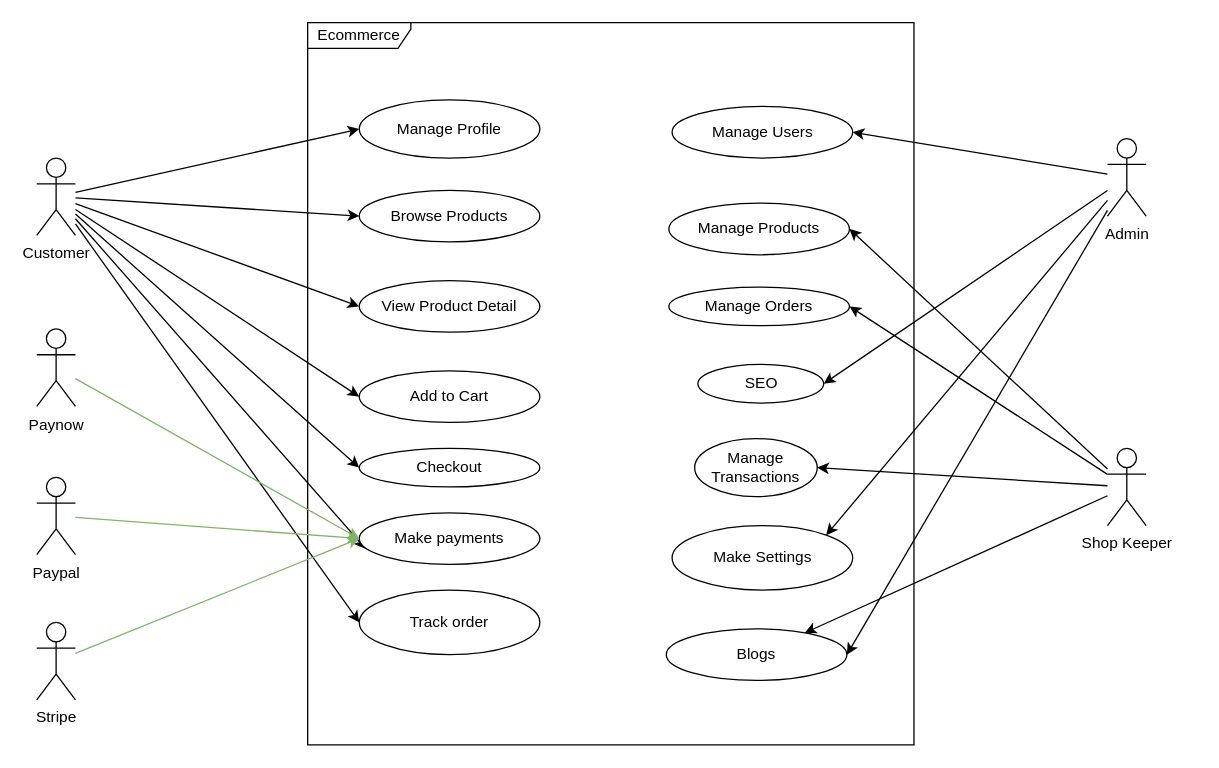
The draw.io diagram designs/ecommerce.drawio in JS-Hub-ZW/E-Commerce-ZW, before the edit. Source tidied: cells renumbered, new cells numbered last; positions are measured from the earlier drawing's top-left corner, leaving out a move shared by most shapes. Both pictures are drawn from the tidied source at 129%, with x=0, y=0 at pixel (36, 22).
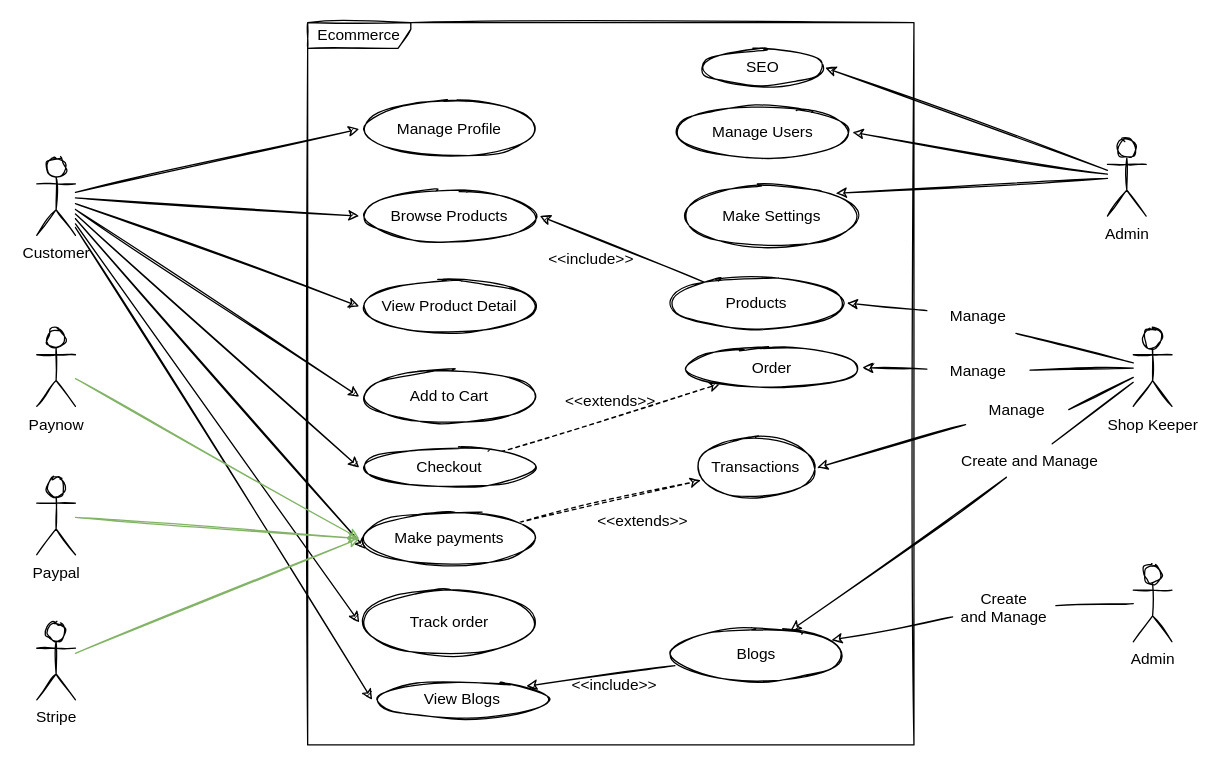
The same diagram, later.

Commit message:
Added more use relationships

Diff of the diagram source:
```diff
@@
-    <mxCell id="2" value="Ecommerce" style="shape=umlFrame;whiteSpace=wrap;html=1;width=80;height=20;" parent="1" vertex="1">
+    <mxCell id="2" value="Ecommerce" style="shape=umlFrame;whiteSpace=wrap;html=1;width=80;height=20;sketch=1;" parent="1" vertex="1">
       <mxGeometry x="210" width="470" height="560" as="geometry" />
     </mxCell>
-    <mxCell id="3" style="edgeStyle=none;rounded=0;jettySize=auto;html=1;entryX=0;entryY=0.5;entryDx=0;entryDy=0;" parent="1" edge="1" source="10" target="34">
+    <mxCell id="3" style="edgeStyle=none;rounded=0;jettySize=auto;html=1;entryX=0;entryY=0.5;entryDx=0;entryDy=0;sketch=1;" parent="1" edge="1" source="10" target="34">
       <mxGeometry relative="1" as="geometry" />
     </mxCell>
-    <mxCell id="4" style="edgeStyle=none;rounded=0;jettySize=auto;html=1;entryX=0.036;entryY=0.7;entryDx=0;entryDy=0;entryPerimeter=0;" parent="1" edge="1" source="10" target="20">
+    <mxCell id="4" style="edgeStyle=none;rounded=0;jettySize=auto;html=1;entryX=0.036;entryY=0.7;entryDx=0;entryDy=0;entryPerimeter=0;sketch=1;" parent="1" edge="1" source="10" target="20">
       <mxGeometry relative="1" as="geometry" />
     </mxCell>
-    <mxCell id="5" style="edgeStyle=none;rounded=0;jettySize=auto;html=1;entryX=0;entryY=0.5;entryDx=0;entryDy=0;" parent="1" edge="1" source="10" target="19">
+    <mxCell id="5" style="edgeStyle=none;rounded=0;jettySize=auto;html=1;entryX=0;entryY=0.5;entryDx=0;entryDy=0;sketch=1;" parent="1" edge="1" source="10" target="19">
       <mxGeometry relative="1" as="geometry" />
     </mxCell>
-    <mxCell id="6" style="edgeStyle=none;rounded=0;jettySize=auto;html=1;entryX=0;entryY=0.5;entryDx=0;entryDy=0;" parent="1" edge="1" source="10" target="18">
+    <mxCell id="6" style="edgeStyle=none;rounded=0;jettySize=auto;html=1;entryX=0;entryY=0.5;entryDx=0;entryDy=0;sketch=1;" parent="1" edge="1" source="10" target="18">
       <mxGeometry relative="1" as="geometry" />
     </mxCell>
-    <mxCell id="7" style="edgeStyle=none;rounded=0;jettySize=auto;html=1;entryX=0;entryY=0.5;entryDx=0;entryDy=0;" parent="1" edge="1" source="10" target="17">
+    <mxCell id="7" style="edgeStyle=none;rounded=0;jettySize=auto;html=1;entryX=0;entryY=0.5;entryDx=0;entryDy=0;sketch=1;" parent="1" edge="1" source="10" target="17">
       <mxGeometry relative="1" as="geometry" />
     </mxCell>
-    <mxCell id="8" style="edgeStyle=none;rounded=0;jettySize=auto;html=1;entryX=0;entryY=0.5;entryDx=0;entryDy=0;" parent="1" edge="1" source="10" target="16">
+    <mxCell id="8" style="edgeStyle=none;rounded=0;jettySize=auto;html=1;entryX=0;entryY=0.5;entryDx=0;entryDy=0;sketch=1;" parent="1" edge="1" source="10" target="16">
       <mxGeometry relative="1" as="geometry" />
     </mxCell>
-    <mxCell id="9" style="edgeStyle=none;rounded=0;jettySize=auto;html=1;entryX=0;entryY=0.5;entryDx=0;entryDy=0;" parent="1" edge="1" source="10" target="26">
+    <mxCell id="9" style="edgeStyle=none;rounded=0;jettySize=auto;html=1;entryX=0;entryY=0.5;entryDx=0;entryDy=0;sketch=1;" parent="1" edge="1" source="10" target="26">
       <mxGeometry relative="1" as="geometry" />
     </mxCell>
+    <mxCell id="41" style="edgeStyle=none;rounded=0;sketch=1;jettySize=auto;html=1;entryX=0;entryY=0.5;entryDx=0;entryDy=0;" parent="1" edge="1" source="10" target="58">
+      <mxGeometry relative="1" as="geometry" />
+    </mxCell>
-    <mxCell id="10" value="Customer" style="shape=umlActor;verticalLabelPosition=bottom;verticalAlign=top;html=1;" parent="1" vertex="1">
+    <mxCell id="10" value="Customer" style="shape=umlActor;verticalLabelPosition=bottom;verticalAlign=top;html=1;sketch=1;" parent="1" vertex="1">
       <mxGeometry y="105" width="30" height="60" as="geometry" />
     </mxCell>
-    <mxCell id="11" style="edgeStyle=none;rounded=0;jettySize=auto;html=1;entryX=1;entryY=0.5;entryDx=0;entryDy=0;" parent="1" edge="1" source="15" target="21">
+    <mxCell id="11" style="edgeStyle=none;rounded=0;jettySize=auto;html=1;entryX=1;entryY=0.5;entryDx=0;entryDy=0;sketch=1;" parent="1" edge="1" source="15" target="21">
       <mxGeometry relative="1" as="geometry" />
     </mxCell>
-    <mxCell id="12" style="edgeStyle=none;rounded=0;jettySize=auto;html=1;entryX=1;entryY=0.5;entryDx=0;entryDy=0;" parent="1" edge="1" source="15" target="27">
+    <mxCell id="12" style="edgeStyle=none;rounded=0;jettySize=auto;html=1;entryX=1;entryY=0.5;entryDx=0;entryDy=0;sketch=1;" parent="1" edge="1" source="15" target="27">
       <mxGeometry relative="1" as="geometry" />
     </mxCell>
-    <mxCell id="13" style="edgeStyle=none;rounded=0;jettySize=auto;html=1;entryX=1;entryY=0;entryDx=0;entryDy=0;" parent="1" edge="1" source="15" target="25">
+    <mxCell id="13" style="edgeStyle=none;rounded=0;jettySize=auto;html=1;entryX=1;entryY=0;entryDx=0;entryDy=0;sketch=1;" parent="1" edge="1" source="15" target="25">
       <mxGeometry relative="1" as="geometry" />
     </mxCell>
-    <mxCell id="14" style="edgeStyle=none;rounded=0;jettySize=auto;html=1;entryX=1;entryY=0.5;entryDx=0;entryDy=0;" parent="1" edge="1" source="15" target="35">
-      <mxGeometry relative="1" as="geometry" />
-    </mxCell>
-    <mxCell id="15" value="Admin&lt;br&gt;" style="shape=umlActor;verticalLabelPosition=bottom;verticalAlign=top;html=1;" parent="1" vertex="1">
+    <mxCell id="15" value="Admin&lt;br&gt;" style="shape=umlActor;verticalLabelPosition=bottom;verticalAlign=top;html=1;sketch=1;" parent="1" vertex="1">
       <mxGeometry x="830" y="90" width="30" height="60" as="geometry" />
     </mxCell>
-    <mxCell id="16" value="Browse Products" style="ellipse;whiteSpace=wrap;html=1;" parent="1" vertex="1">
+    <mxCell id="16" value="Browse Products" style="ellipse;whiteSpace=wrap;html=1;sketch=1;" parent="1" vertex="1">
       <mxGeometry x="250" y="130" width="140" height="40" as="geometry" />
     </mxCell>
-    <mxCell id="17" value="View Product Detail" style="ellipse;whiteSpace=wrap;html=1;" parent="1" vertex="1">
+    <mxCell id="17" value="View Product Detail" style="ellipse;whiteSpace=wrap;html=1;sketch=1;" parent="1" vertex="1">
       <mxGeometry x="250" y="200" width="140" height="40" as="geometry" />
     </mxCell>
-    <mxCell id="18" value="Add to Cart&lt;br&gt;" style="ellipse;whiteSpace=wrap;html=1;" parent="1" vertex="1">
+    <mxCell id="18" value="Add to Cart&lt;br&gt;" style="ellipse;whiteSpace=wrap;html=1;sketch=1;" parent="1" vertex="1">
       <mxGeometry x="250" y="270" width="140" height="40" as="geometry" />
     </mxCell>
+    <mxCell id="42" style="edgeStyle=none;rounded=0;sketch=1;jettySize=auto;html=1;dashed=1;" parent="1" edge="1" source="19" target="23">
+      <mxGeometry relative="1" as="geometry" />
+    </mxCell>
-    <mxCell id="19" value="Checkout" style="ellipse;whiteSpace=wrap;html=1;" parent="1" vertex="1">
+    <mxCell id="19" value="Checkout" style="ellipse;whiteSpace=wrap;html=1;sketch=1;" parent="1" vertex="1">
       <mxGeometry x="250" y="330" width="140" height="30" as="geometry" />
     </mxCell>
+    <mxCell id="43" style="edgeStyle=none;rounded=0;sketch=1;jettySize=auto;html=1;dashed=1;" parent="1" edge="1" source="20" target="24">
+      <mxGeometry relative="1" as="geometry" />
+    </mxCell>
-    <mxCell id="20" value="Make payments" style="ellipse;whiteSpace=wrap;html=1;" parent="1" vertex="1">
+    <mxCell id="20" value="Make payments" style="ellipse;whiteSpace=wrap;html=1;sketch=1;" parent="1" vertex="1">
       <mxGeometry x="250" y="380" width="140" height="40" as="geometry" />
     </mxCell>
-    <mxCell id="21" value="Manage Users" style="ellipse;whiteSpace=wrap;html=1;" parent="1" vertex="1">
+    <mxCell id="21" value="Manage Users" style="ellipse;whiteSpace=wrap;html=1;sketch=1;" parent="1" vertex="1">
       <mxGeometry x="492.5" y="65" width="140" height="40" as="geometry" />
     </mxCell>
+    <mxCell id="44" style="edgeStyle=none;rounded=0;sketch=1;jettySize=auto;html=1;entryX=1;entryY=0.5;entryDx=0;entryDy=0;" parent="1" edge="1" source="22" target="16">
+      <mxGeometry relative="1" as="geometry" />
+    </mxCell>
-    <mxCell id="22" value="Manage Products" style="ellipse;whiteSpace=wrap;html=1;" parent="1" vertex="1">
-      <mxGeometry x="490" y="140" width="140" height="40" as="geometry" />
+    <mxCell id="22" value="Products" style="ellipse;whiteSpace=wrap;html=1;sketch=1;" parent="1" vertex="1">
+      <mxGeometry x="488" y="197.5" width="140" height="40" as="geometry" />
     </mxCell>
-    <mxCell id="23" value="Manage Orders" style="ellipse;whiteSpace=wrap;html=1;" parent="1" vertex="1">
-      <mxGeometry x="490" y="205" width="140" height="30" as="geometry" />
+    <mxCell id="23" value="Order" style="ellipse;whiteSpace=wrap;html=1;sketch=1;" parent="1" vertex="1">
+      <mxGeometry x="500" y="252.5" width="140" height="30" as="geometry" />
     </mxCell>
-    <mxCell id="24" value="Manage Transactions&lt;br&gt;" style="ellipse;whiteSpace=wrap;html=1;" parent="1" vertex="1">
+    <mxCell id="24" value="Transactions" style="ellipse;whiteSpace=wrap;html=1;sketch=1;" parent="1" vertex="1">
       <mxGeometry x="510" y="322.5" width="95" height="45" as="geometry" />
     </mxCell>
-    <mxCell id="25" value="Make Settings" style="ellipse;whiteSpace=wrap;html=1;" parent="1" vertex="1">
-      <mxGeometry x="492.5" y="390" width="140" height="50" as="geometry" />
+    <mxCell id="25" value="Make Settings" style="ellipse;whiteSpace=wrap;html=1;sketch=1;" parent="1" vertex="1">
+      <mxGeometry x="500" y="125" width="140" height="50" as="geometry" />
     </mxCell>
-    <mxCell id="26" value="Manage Profile" style="ellipse;whiteSpace=wrap;html=1;" parent="1" vertex="1">
+    <mxCell id="26" value="Manage Profile" style="ellipse;whiteSpace=wrap;html=1;sketch=1;" parent="1" vertex="1">
       <mxGeometry x="250" y="60" width="140" height="45" as="geometry" />
     </mxCell>
-    <mxCell id="27" value="SEO" style="ellipse;whiteSpace=wrap;html=1;" parent="1" vertex="1">
-      <mxGeometry x="512.5" y="265" width="97.5" height="30" as="geometry" />
+    <mxCell id="27" value="SEO" style="ellipse;whiteSpace=wrap;html=1;sketch=1;" parent="1" vertex="1">
+      <mxGeometry x="513.8" y="20" width="97.5" height="30" as="geometry" />
     </mxCell>
-    <mxCell id="28" style="edgeStyle=none;rounded=0;jettySize=auto;html=1;entryX=0;entryY=0.5;entryDx=0;entryDy=0;fillColor=#d5e8d4;strokeColor=#82b366;" parent="1" edge="1" source="29" target="20">
+    <mxCell id="28" style="edgeStyle=none;rounded=0;jettySize=auto;html=1;entryX=0;entryY=0.5;entryDx=0;entryDy=0;fillColor=#d5e8d4;strokeColor=#82b366;sketch=1;" parent="1" edge="1" source="29" target="20">
       <mxGeometry relative="1" as="geometry" />
     </mxCell>
-    <mxCell id="29" value="Paynow" style="shape=umlActor;verticalLabelPosition=bottom;verticalAlign=top;html=1;" parent="1" vertex="1">
+    <mxCell id="29" value="Paynow" style="shape=umlActor;verticalLabelPosition=bottom;verticalAlign=top;html=1;sketch=1;" parent="1" vertex="1">
       <mxGeometry y="237.5" width="30" height="60" as="geometry" />
     </mxCell>
-    <mxCell id="30" style="edgeStyle=none;rounded=0;jettySize=auto;html=1;entryX=0;entryY=0.5;entryDx=0;entryDy=0;fillColor=#d5e8d4;strokeColor=#82b366;" parent="1" edge="1" source="31" target="20">
+    <mxCell id="30" style="edgeStyle=none;rounded=0;jettySize=auto;html=1;entryX=0;entryY=0.5;entryDx=0;entryDy=0;fillColor=#d5e8d4;strokeColor=#82b366;sketch=1;" parent="1" edge="1" source="31" target="20">
       <mxGeometry relative="1" as="geometry" />
     </mxCell>
-    <mxCell id="31" value="Paypal" style="shape=umlActor;verticalLabelPosition=bottom;verticalAlign=top;html=1;" parent="1" vertex="1">
+    <mxCell id="31" value="Paypal" style="shape=umlActor;verticalLabelPosition=bottom;verticalAlign=top;html=1;sketch=1;" parent="1" vertex="1">
       <mxGeometry y="352.5" width="30" height="60" as="geometry" />
     </mxCell>
-    <mxCell id="32" style="edgeStyle=none;rounded=0;jettySize=auto;html=1;entryX=0;entryY=0.5;entryDx=0;entryDy=0;fillColor=#d5e8d4;strokeColor=#82b366;" parent="1" edge="1" source="33" target="20">
+    <mxCell id="32" style="edgeStyle=none;rounded=0;jettySize=auto;html=1;entryX=0;entryY=0.5;entryDx=0;entryDy=0;fillColor=#d5e8d4;strokeColor=#82b366;sketch=1;" parent="1" edge="1" source="33" target="20">
       <mxGeometry relative="1" as="geometry" />
     </mxCell>
-    <mxCell id="33" value="Stripe" style="shape=umlActor;verticalLabelPosition=bottom;verticalAlign=top;html=1;" parent="1" vertex="1">
+    <mxCell id="33" value="Stripe" style="shape=umlActor;verticalLabelPosition=bottom;verticalAlign=top;html=1;sketch=1;" parent="1" vertex="1">
       <mxGeometry y="465" width="30" height="60" as="geometry" />
     </mxCell>
-    <mxCell id="34" value="Track order" style="ellipse;whiteSpace=wrap;html=1;" parent="1" vertex="1">
+    <mxCell id="34" value="Track order" style="ellipse;whiteSpace=wrap;html=1;sketch=1;" parent="1" vertex="1">
       <mxGeometry x="250" y="440" width="140" height="50" as="geometry" />
     </mxCell>
+    <mxCell id="45" style="edgeStyle=none;rounded=0;sketch=1;jettySize=auto;html=1;entryX=1;entryY=0;entryDx=0;entryDy=0;" parent="1" edge="1" source="35" target="58">
+      <mxGeometry relative="1" as="geometry" />
+    </mxCell>
-    <mxCell id="35" value="Blogs" style="ellipse;whiteSpace=wrap;html=1;" parent="1" vertex="1">
+    <mxCell id="35" value="Blogs" style="ellipse;whiteSpace=wrap;html=1;sketch=1;" parent="1" vertex="1">
       <mxGeometry x="488" y="470" width="140" height="40" as="geometry" />
     </mxCell>
-    <mxCell id="36" style="edgeStyle=none;rounded=0;jettySize=auto;html=1;entryX=1;entryY=0.5;entryDx=0;entryDy=0;" parent="1" edge="1" source="40" target="22">
+    <mxCell id="36" style="edgeStyle=none;rounded=0;jettySize=auto;html=1;entryX=1;entryY=0.5;entryDx=0;entryDy=0;sketch=1;startArrow=none;" parent="1" edge="1" source="61" target="22">
       <mxGeometry relative="1" as="geometry" />
     </mxCell>
-    <mxCell id="37" style="edgeStyle=none;rounded=0;jettySize=auto;html=1;entryX=1;entryY=0.5;entryDx=0;entryDy=0;" parent="1" edge="1" source="40" target="23">
+    <mxCell id="37" style="edgeStyle=none;rounded=0;jettySize=auto;html=1;entryX=1;entryY=0.5;entryDx=0;entryDy=0;startArrow=none;sketch=1;" parent="1" edge="1" source="46" target="23">
       <mxGeometry relative="1" as="geometry" />
     </mxCell>
-    <mxCell id="38" style="edgeStyle=none;rounded=0;jettySize=auto;html=1;entryX=1;entryY=0.5;entryDx=0;entryDy=0;" parent="1" edge="1" source="40" target="24">
+    <mxCell id="38" style="edgeStyle=none;rounded=0;jettySize=auto;html=1;entryX=1;entryY=0.5;entryDx=0;entryDy=0;sketch=1;startArrow=none;" parent="1" edge="1" source="50" target="24">
       <mxGeometry relative="1" as="geometry" />
     </mxCell>
-    <mxCell id="39" style="edgeStyle=none;rounded=0;jettySize=auto;html=1;" parent="1" edge="1" source="40" target="35">
+    <mxCell id="39" style="edgeStyle=none;rounded=0;jettySize=auto;html=1;sketch=1;startArrow=none;" parent="1" edge="1" source="52" target="35">
       <mxGeometry relative="1" as="geometry" />
     </mxCell>
-    <mxCell id="40" value="Shop Keeper" style="shape=umlActor;verticalLabelPosition=bottom;verticalAlign=top;html=1;" parent="1" vertex="1">
-      <mxGeometry x="830" y="330" width="30" height="60" as="geometry" />
+    <mxCell id="40" value="Shop Keeper" style="shape=umlActor;verticalLabelPosition=bottom;verticalAlign=top;html=1;sketch=1;" parent="1" vertex="1">
+      <mxGeometry x="850" y="237.5" width="30" height="60" as="geometry" />
     </mxCell>
+    <mxCell id="46" value="Manage" style="text;align=center;fontStyle=0;verticalAlign=middle;spacingLeft=3;spacingRight=3;points=[[0,0.5],[1,0.5]];portConstraint=eastwest;sketch=1;" parent="1" vertex="1">
+      <mxGeometry x="690" y="256.5" width="80" height="26" as="geometry" />
+    </mxCell>
+    <mxCell id="47" style="edgeStyle=none;rounded=0;jettySize=auto;html=1;entryX=1;entryY=0.5;entryDx=0;entryDy=0;endArrow=none;sketch=1;" parent="1" edge="1" source="40" target="46">
+      <mxGeometry relative="1" as="geometry" />
+    </mxCell>
+    <mxCell id="48" style="edgeStyle=none;rounded=0;jettySize=auto;html=1;sketch=1;startArrow=none;" parent="1" edge="1" source="54" target="35">
+      <mxGeometry relative="1" as="geometry" />
+    </mxCell>
+    <mxCell id="49" value="Admin" style="shape=umlActor;verticalLabelPosition=bottom;verticalAlign=top;html=1;sketch=1;" parent="1" vertex="1">
+      <mxGeometry x="850" y="420" width="30" height="60" as="geometry" />
+    </mxCell>
+    <mxCell id="50" value="Manage" style="text;align=center;fontStyle=0;verticalAlign=middle;spacingLeft=3;spacingRight=3;strokeColor=none;points=[[0,0.5],[1,0.5]];portConstraint=eastwest;" parent="1" vertex="1">
+      <mxGeometry x="720" y="287" width="80" height="26" as="geometry" />
+    </mxCell>
+    <mxCell id="51" style="edgeStyle=none;rounded=0;jettySize=auto;html=1;entryX=1;entryY=0.5;entryDx=0;entryDy=0;sketch=1;endArrow=none;" parent="1" edge="1" source="40" target="50">
+      <mxGeometry relative="1" as="geometry" />
+    </mxCell>
+    <mxCell id="52" value="Create and Manage" style="text;align=center;fontStyle=0;verticalAlign=middle;spacingLeft=3;spacingRight=3;strokeColor=none;points=[[0,0.5],[1,0.5]];portConstraint=eastwest;" parent="1" vertex="1">
+      <mxGeometry x="730" y="326.5" width="80" height="26" as="geometry" />
+    </mxCell>
+    <mxCell id="53" style="edgeStyle=none;rounded=0;jettySize=auto;html=1;sketch=1;endArrow=none;" parent="1" edge="1" source="40" target="52">
+      <mxGeometry relative="1" as="geometry" />
+    </mxCell>
+    <mxCell id="54" value="Create&#10;and Manage" style="text;align=center;fontStyle=0;verticalAlign=middle;spacingLeft=3;spacingRight=3;strokeColor=none;points=[[0,0.5],[1,0.5]];portConstraint=eastwest;" parent="1" vertex="1">
+      <mxGeometry x="710" y="440" width="80" height="26" as="geometry" />
+    </mxCell>
+    <mxCell id="55" style="edgeStyle=none;rounded=0;jettySize=auto;html=1;sketch=1;endArrow=none;" parent="1" edge="1" source="49" target="54">
+      <mxGeometry relative="1" as="geometry" />
+    </mxCell>
+    <mxCell id="56" value="&lt;&lt;extends&gt;&gt;&#10;" style="text;align=center;fontStyle=0;verticalAlign=middle;spacingLeft=3;spacingRight=3;strokeColor=none;" parent="1" vertex="1">
+      <mxGeometry x="430" y="380" width="80" height="26" as="geometry" />
+    </mxCell>
+    <mxCell id="57" value="&lt;&lt;extends&gt;&gt;&#10;" style="text;align=center;fontStyle=0;verticalAlign=middle;spacingLeft=3;spacingRight=3;strokeColor=none;" parent="1" vertex="1">
+      <mxGeometry x="405" y="287" width="80" height="26" as="geometry" />
+    </mxCell>
+    <mxCell id="58" value="View Blogs" style="ellipse;whiteSpace=wrap;html=1;sketch=1;" parent="1" vertex="1">
+      <mxGeometry x="260" y="510" width="140" height="30" as="geometry" />
+    </mxCell>
+    <mxCell id="59" value="&lt;&lt;include&gt;&gt;" style="text;align=center;fontStyle=0;verticalAlign=middle;spacingLeft=3;spacingRight=3;strokeColor=none;sketch=1;" parent="1" vertex="1">
+      <mxGeometry x="408" y="500" width="80" height="26" as="geometry" />
+    </mxCell>
+    <mxCell id="60" value="&lt;&lt;include&gt;&gt;" style="text;align=center;fontStyle=0;verticalAlign=middle;spacingLeft=3;spacingRight=3;strokeColor=none;sketch=1;" parent="1" vertex="1">
+      <mxGeometry x="390" y="170" width="80" height="26" as="geometry" />
+    </mxCell>
+    <mxCell id="61" value="Manage" style="text;align=center;fontStyle=0;verticalAlign=middle;spacingLeft=3;spacingRight=3;strokeColor=none;points=[[0,0.5],[1,0.5]];portConstraint=eastwest;sketch=1;" parent="1" vertex="1">
+      <mxGeometry x="690" y="214" width="80" height="26" as="geometry" />
+    </mxCell>
+    <mxCell id="62" style="edgeStyle=none;rounded=0;jettySize=auto;html=1;entryX=0.863;entryY=1.038;entryDx=0;entryDy=0;sketch=1;endArrow=none;entryPerimeter=0;" parent="1" edge="1" source="40" target="61">
+      <mxGeometry relative="1" as="geometry" />
+    </mxCell>
```
